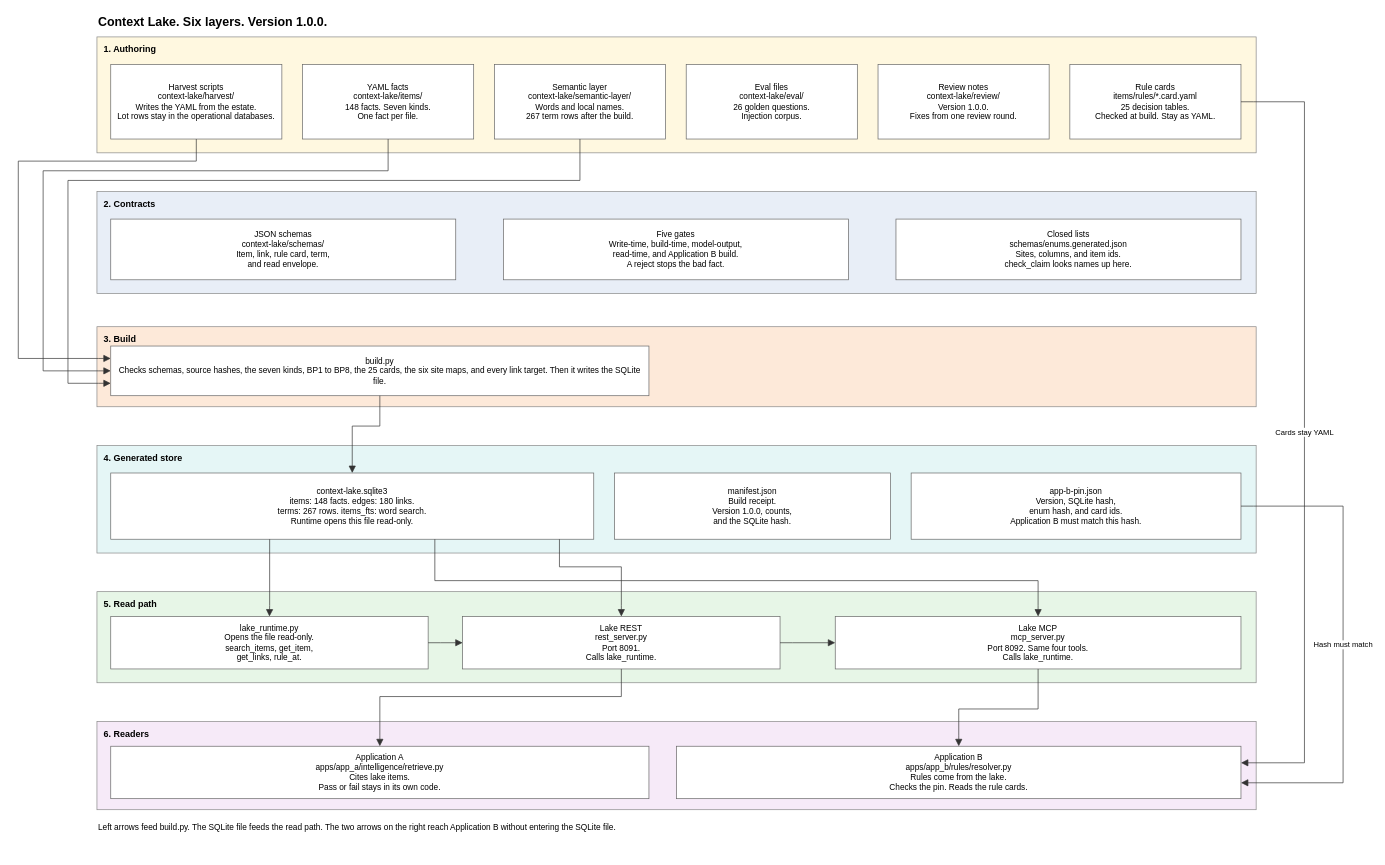
This is docs/10-architecture/context_lake_architecture.drawio from mumbrajkar-ul2/SPRINT4_CAPSTONE, a draw.io file, before an edit. Source tidied: cells renumbered, new cells numbered last; positions are measured from the earlier drawing's top-left corner, leaving out a move shared by most shapes. Both pictures are drawn from the tidied source at 69%, with x=0, y=0 at pixel (18, 12).
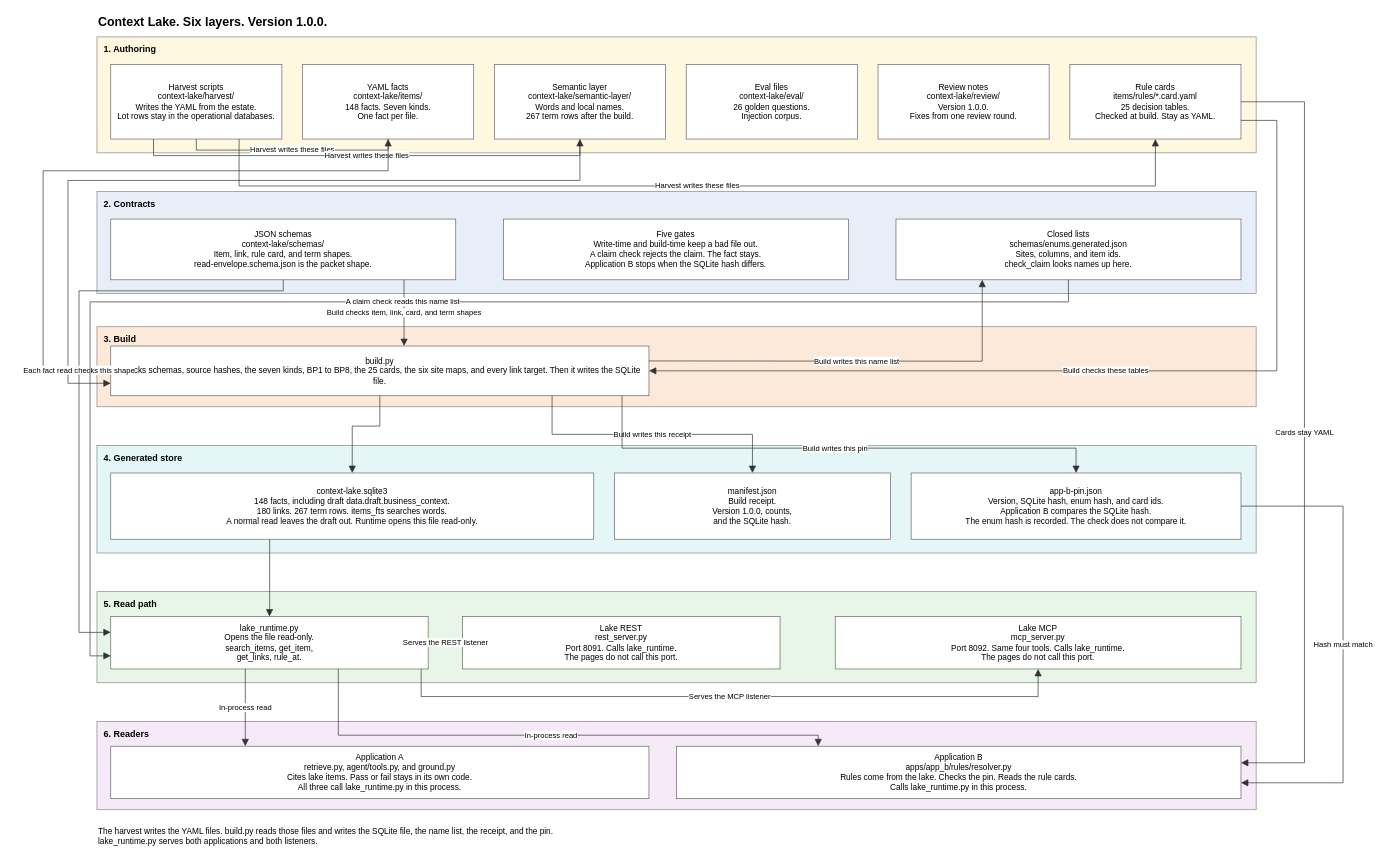
The same diagram, later.

Unchanged cells that the change refers to:
```xml
<mxCell id="9" value="Harvest scripts&#10;context-lake/harvest/&#10;Writes the YAML from the estate.&#10;Lot rows stay in the operational databases." style="rounded=0;whiteSpace=wrap;html=1;verticalAlign=middle;align=center;fontSize=12;fillColor=#FFFFFF;strokeColor=#666666;spacing=4;" parent="1" vertex="1">
  <mxGeometry x="134" y="76" width="248" height="108" as="geometry" />
</mxCell>
<mxCell id="10" value="YAML facts&#10;context-lake/items/&#10;148 facts. Seven kinds.&#10;One fact per file." style="rounded=0;whiteSpace=wrap;html=1;verticalAlign=middle;align=center;fontSize=12;fillColor=#FFFFFF;strokeColor=#666666;spacing=4;" parent="1" vertex="1">
  <mxGeometry x="412" y="76" width="248" height="108" as="geometry" />
</mxCell>
<mxCell id="11" value="Semantic layer&#10;context-lake/semantic-layer/&#10;Words and local names.&#10;267 term rows after the build." style="rounded=0;whiteSpace=wrap;html=1;verticalAlign=middle;align=center;fontSize=12;fillColor=#FFFFFF;strokeColor=#666666;spacing=4;" parent="1" vertex="1">
  <mxGeometry x="690" y="76" width="248" height="108" as="geometry" />
</mxCell>
<mxCell id="14" value="Rule cards&#10;items/rules/*.card.yaml&#10;25 decision tables.&#10;Checked at build. Stay as YAML." style="rounded=0;whiteSpace=wrap;html=1;verticalAlign=middle;align=center;fontSize=12;fillColor=#FFFFFF;strokeColor=#666666;spacing=4;" parent="1" vertex="1">
  <mxGeometry x="1524" y="76" width="248" height="108" as="geometry" />
</mxCell>
<mxCell id="17" value="Closed lists&#10;schemas/enums.generated.json&#10;Sites, columns, and item ids.&#10;check_claim looks names up here." style="rounded=0;whiteSpace=wrap;html=1;verticalAlign=middle;align=center;fontSize=12;fillColor=#FFFFFF;strokeColor=#666666;spacing=4;" parent="1" vertex="1">
  <mxGeometry x="1272" y="300" width="500" height="88" as="geometry" />
</mxCell>
<mxCell id="18" value="build.py&#10;Checks schemas, source hashes, the seven kinds, BP1 to BP8, the 25 cards, the six site maps, and every link target. Then it writes the SQLite file." style="rounded=0;whiteSpace=wrap;html=1;verticalAlign=middle;align=center;fontSize=12;fillColor=#FFFFFF;strokeColor=#666666;spacing=6;" parent="1" vertex="1">
  <mxGeometry x="134" y="484" width="780" height="72" as="geometry" />
</mxCell>
<mxCell id="20" value="manifest.json&#10;Build receipt.&#10;Version 1.0.0, counts,&#10;and the SQLite hash." style="rounded=0;whiteSpace=wrap;html=1;verticalAlign=middle;align=center;fontSize=12;fillColor=#FFFFFF;strokeColor=#666666;spacing=4;" parent="1" vertex="1">
  <mxGeometry x="864" y="668" width="400" height="96" as="geometry" />
</mxCell>
<mxCell id="22" value="lake_runtime.py&#10;Opens the file read-only.&#10;search_items, get_item,&#10;get_links, rule_at." style="rounded=0;whiteSpace=wrap;html=1;verticalAlign=middle;align=center;fontSize=12;fillColor=#FFFFFF;strokeColor=#666666;spacing=4;" parent="1" vertex="1">
  <mxGeometry x="134" y="876" width="460" height="76" as="geometry" />
</mxCell>
```

Change to the diagram source:
```diff
@@
-    <mxCell id="15" value="JSON schemas&#10;context-lake/schemas/&#10;Item, link, rule card, term,&#10;and read envelope." style="rounded=0;whiteSpace=wrap;html=1;verticalAlign=middle;align=center;fontSize=12;fillColor=#FFFFFF;strokeColor=#666666;spacing=4;" parent="1" vertex="1">
+    <mxCell id="15" value="JSON schemas&#10;context-lake/schemas/&#10;Item, link, rule card, and term shapes.&#10;read-envelope.schema.json is the packet shape." style="rounded=0;whiteSpace=wrap;html=1;verticalAlign=middle;align=center;fontSize=12;fillColor=#FFFFFF;strokeColor=#666666;spacing=4;" parent="1" vertex="1">
       <mxGeometry x="134" y="300" width="500" height="88" as="geometry" />
     </mxCell>
-    <mxCell id="16" value="Five gates&#10;Write-time, build-time, model-output,&#10;read-time, and Application B build.&#10;A reject stops the bad fact." style="rounded=0;whiteSpace=wrap;html=1;verticalAlign=middle;align=center;fontSize=12;fillColor=#FFFFFF;strokeColor=#666666;spacing=4;" parent="1" vertex="1">
+    <mxCell id="16" value="Five gates&#10;Write-time and build-time keep a bad file out.&#10;A claim check rejects the claim. The fact stays.&#10;Application B stops when the SQLite hash differs." style="rounded=0;whiteSpace=wrap;html=1;verticalAlign=middle;align=center;fontSize=12;fillColor=#FFFFFF;strokeColor=#666666;spacing=4;" parent="1" vertex="1">
       <mxGeometry x="703" y="300" width="500" height="88" as="geometry" />
     </mxCell>
@@
-    <mxCell id="19" value="context-lake.sqlite3&#10;items: 148 facts. edges: 180 links.&#10;terms: 267 rows. items_fts: word search.&#10;Runtime opens this file read-only." style="rounded=0;whiteSpace=wrap;html=1;verticalAlign=middle;align=center;fontSize=12;fillColor=#FFFFFF;strokeColor=#666666;spacing=4;" parent="1" vertex="1">
+    <mxCell id="19" value="context-lake.sqlite3&#10;148 facts, including draft data.draft.business_context.&#10;180 links. 267 term rows. items_fts searches words.&#10;A normal read leaves the draft out. Runtime opens this file read-only." style="rounded=0;whiteSpace=wrap;html=1;verticalAlign=middle;align=center;fontSize=12;fillColor=#FFFFFF;strokeColor=#666666;spacing=4;" parent="1" vertex="1">
       <mxGeometry x="134" y="668" width="700" height="96" as="geometry" />
     </mxCell>
@@
-    <mxCell id="21" value="app-b-pin.json&#10;Version, SQLite hash,&#10;enum hash, and card ids.&#10;Application B must match this hash." style="rounded=0;whiteSpace=wrap;html=1;verticalAlign=middle;align=center;fontSize=12;fillColor=#FFFFFF;strokeColor=#666666;spacing=4;" parent="1" vertex="1">
+    <mxCell id="21" value="app-b-pin.json&#10;Version, SQLite hash, enum hash, and card ids.&#10;Application B compares the SQLite hash.&#10;The enum hash is recorded. The check does not compare it." style="rounded=0;whiteSpace=wrap;html=1;verticalAlign=middle;align=center;fontSize=12;fillColor=#FFFFFF;strokeColor=#666666;spacing=4;" parent="1" vertex="1">
       <mxGeometry x="1294" y="668" width="478" height="96" as="geometry" />
     </mxCell>
@@
-    <mxCell id="23" value="Lake REST&#10;rest_server.py&#10;Port 8091.&#10;Calls lake_runtime." style="rounded=0;whiteSpace=wrap;html=1;verticalAlign=middle;align=center;fontSize=12;fillColor=#FFFFFF;strokeColor=#666666;spacing=4;" parent="1" vertex="1">
+    <mxCell id="23" value="Lake REST&#10;rest_server.py&#10;Port 8091. Calls lake_runtime.&#10;The pages do not call this port." style="rounded=0;whiteSpace=wrap;html=1;verticalAlign=middle;align=center;fontSize=12;fillColor=#FFFFFF;strokeColor=#666666;spacing=4;" parent="1" vertex="1">
       <mxGeometry x="644" y="876" width="460" height="76" as="geometry" />
     </mxCell>
-    <mxCell id="24" value="Lake MCP&#10;mcp_server.py&#10;Port 8092. Same four tools.&#10;Calls lake_runtime." style="rounded=0;whiteSpace=wrap;html=1;verticalAlign=middle;align=center;fontSize=12;fillColor=#FFFFFF;strokeColor=#666666;spacing=4;" parent="1" vertex="1">
+    <mxCell id="24" value="Lake MCP&#10;mcp_server.py&#10;Port 8092. Same four tools. Calls lake_runtime.&#10;The pages do not call this port." style="rounded=0;whiteSpace=wrap;html=1;verticalAlign=middle;align=center;fontSize=12;fillColor=#FFFFFF;strokeColor=#666666;spacing=4;" parent="1" vertex="1">
       <mxGeometry x="1184" y="876" width="588" height="76" as="geometry" />
     </mxCell>
-    <mxCell id="25" value="Application A&#10;apps/app_a/intelligence/retrieve.py&#10;Cites lake items.&#10;Pass or fail stays in its own code." style="rounded=0;whiteSpace=wrap;html=1;verticalAlign=middle;align=center;fontSize=12;fillColor=#FFFFFF;strokeColor=#666666;spacing=4;" parent="1" vertex="1">
+    <mxCell id="25" value="Application A&#10;retrieve.py, agent/tools.py, and ground.py&#10;Cites lake items. Pass or fail stays in its own code.&#10;All three call lake_runtime.py in this process." style="rounded=0;whiteSpace=wrap;html=1;verticalAlign=middle;align=center;fontSize=12;fillColor=#FFFFFF;strokeColor=#666666;spacing=4;" parent="1" vertex="1">
       <mxGeometry x="134" y="1064" width="780" height="76" as="geometry" />
     </mxCell>
-    <mxCell id="26" value="Application B&#10;apps/app_b/rules/resolver.py&#10;Rules come from the lake.&#10;Checks the pin. Reads the rule cards." style="rounded=0;whiteSpace=wrap;html=1;verticalAlign=middle;align=center;fontSize=12;fillColor=#FFFFFF;strokeColor=#666666;spacing=4;" parent="1" vertex="1">
+    <mxCell id="26" value="Application B&#10;apps/app_b/rules/resolver.py&#10;Rules come from the lake. Checks the pin. Reads the rule cards.&#10;Calls lake_runtime.py in this process." style="rounded=0;whiteSpace=wrap;html=1;verticalAlign=middle;align=center;fontSize=12;fillColor=#FFFFFF;strokeColor=#666666;spacing=4;" parent="1" vertex="1">
       <mxGeometry x="954" y="1064" width="818" height="76" as="geometry" />
     </mxCell>
-    <mxCell id="27" value="Left arrows feed build.py. The SQLite file feeds the read path. The two arrows on the right reach Application B without entering the SQLite file." style="text;html=1;strokeColor=none;fillColor=none;align=left;verticalAlign=middle;fontSize=12;" parent="1" vertex="1">
-      <mxGeometry x="114" y="1168" width="1600" height="28" as="geometry" />
+    <mxCell id="27" value="The harvest writes the YAML files. build.py reads those files and writes the SQLite file, the name list, the receipt, and the pin.&#10;lake_runtime.py serves both applications and both listeners." style="text;html=1;strokeColor=none;fillColor=none;align=left;verticalAlign=middle;fontSize=12;whiteSpace=wrap;" parent="1" vertex="1">
+      <mxGeometry x="114" y="1168" width="1680" height="52" as="geometry" />
     </mxCell>
-    <mxCell id="28" style="edgeStyle=orthogonalEdgeStyle;rounded=0;jettySize=0;html=1;endArrow=block;endFill=1;entryPerimeter=1;exitPerimeter=1;endSize=8;strokeColor=#333333;exitX=0.5;exitY=1;entryX=0;entryY=0.25;" parent="1" edge="1" source="9" target="18">
-      <mxGeometry relative="1" as="geometry">
-        <Array as="points">
-          <mxPoint x="258" y="216" />
-          <mxPoint y="216" />
-          <mxPoint y="502" />
-          <mxPoint x="116" y="502" />
-        </Array>
-      </mxGeometry>
-    </mxCell>
+    <mxCell id="41" value="Harvest writes these files" style="edgeStyle=orthogonalEdgeStyle;rounded=0;jettySize=0;html=1;endArrow=block;endFill=1;entryPerimeter=1;exitPerimeter=1;endSize=8;strokeColor=#333333;exitX=0.5;exitY=1;entryX=0.5;entryY=1;fontSize=11;" parent="1" edge="1" source="9" target="10">
+      <mxGeometry relative="1" as="geometry">
+        <Array as="points">
+          <mxPoint x="258" y="200" />
+          <mxPoint x="536" y="200" />
+        </Array>
+      </mxGeometry>
+    </mxCell>
+    <mxCell id="42" value="Harvest writes these files" style="edgeStyle=orthogonalEdgeStyle;rounded=0;jettySize=0;html=1;endArrow=block;endFill=1;entryPerimeter=1;exitPerimeter=1;endSize=8;strokeColor=#333333;exitX=0.25;exitY=1;entryX=0.5;entryY=1;fontSize=11;" parent="1" edge="1" source="9" target="11">
+      <mxGeometry relative="1" as="geometry">
+        <Array as="points">
+          <mxPoint x="196" y="208" />
+          <mxPoint x="814" y="208" />
+          <mxPoint x="814" y="200" />
+        </Array>
+      </mxGeometry>
+    </mxCell>
+    <mxCell id="43" value="Harvest writes these files" style="edgeStyle=orthogonalEdgeStyle;rounded=0;jettySize=0;html=1;endArrow=block;endFill=1;entryPerimeter=1;exitPerimeter=1;endSize=8;strokeColor=#333333;exitX=0.75;exitY=1;entryX=0.5;entryY=1;fontSize=11;" parent="1" edge="1" source="9" target="14">
+      <mxGeometry relative="1" as="geometry">
+        <Array as="points">
+          <mxPoint x="320" y="252" />
+          <mxPoint x="1648" y="252" />
+          <mxPoint x="1648" y="200" />
+        </Array>
+      </mxGeometry>
+    </mxCell>
+    <mxCell id="44" value="Build checks these tables" style="edgeStyle=orthogonalEdgeStyle;rounded=0;jettySize=0;html=1;endArrow=block;endFill=1;entryPerimeter=1;exitPerimeter=1;endSize=8;strokeColor=#333333;exitX=1;exitY=0.75;entryX=1;entryY=0.5;fontSize=11;" parent="1" edge="1" source="14" target="18">
+      <mxGeometry relative="1" as="geometry">
+        <Array as="points">
+          <mxPoint x="1790" y="157" />
+          <mxPoint x="1824" y="157" />
+          <mxPoint x="1824" y="520" />
+          <mxPoint x="932" y="520" />
+        </Array>
+      </mxGeometry>
+    </mxCell>
+    <mxCell id="45" value="Build checks item, link, card, and term shapes" style="edgeStyle=orthogonalEdgeStyle;rounded=0;jettySize=0;html=1;endArrow=block;endFill=1;entryPerimeter=1;exitPerimeter=1;endSize=8;strokeColor=#333333;exitX=0.85;exitY=1;entryX=0.545;entryY=0;fontSize=11;" parent="1" edge="1" source="15" target="18">
+      <mxGeometry relative="1" as="geometry">
+        <Array as="points">
+          <mxPoint x="559" y="404" />
+          <mxPoint x="559" y="468" />
+        </Array>
+      </mxGeometry>
+    </mxCell>
+    <mxCell id="46" value="Build writes this name list" style="edgeStyle=orthogonalEdgeStyle;rounded=0;jettySize=0;html=1;endArrow=block;endFill=1;entryPerimeter=1;exitPerimeter=1;endSize=8;strokeColor=#333333;exitX=1;exitY=0.3;entryX=0.25;entryY=1;fontSize=11;" parent="1" edge="1" source="18" target="17">
+      <mxGeometry relative="1" as="geometry">
+        <Array as="points">
+          <mxPoint x="932" y="506" />
+          <mxPoint x="1397" y="506" />
+          <mxPoint x="1397" y="404" />
+        </Array>
+      </mxGeometry>
+    </mxCell>
+    <mxCell id="47" value="Build writes this receipt" style="edgeStyle=orthogonalEdgeStyle;rounded=0;jettySize=0;html=1;endArrow=block;endFill=1;entryPerimeter=1;exitPerimeter=1;endSize=8;strokeColor=#333333;exitX=0.82;exitY=1;entryX=0.5;entryY=0;fontSize=11;" parent="1" edge="1" source="18" target="20">
+      <mxGeometry relative="1" as="geometry">
+        <Array as="points">
+          <mxPoint x="774" y="612" />
+          <mxPoint x="1064" y="612" />
+          <mxPoint x="1064" y="652" />
+        </Array>
+      </mxGeometry>
+    </mxCell>
+    <mxCell id="48" value="Build writes this pin" style="edgeStyle=orthogonalEdgeStyle;rounded=0;jettySize=0;html=1;endArrow=block;endFill=1;entryPerimeter=1;exitPerimeter=1;endSize=8;strokeColor=#333333;exitX=0.95;exitY=1;entryX=0.5;entryY=0;fontSize=11;" parent="1" edge="1" source="18" target="21">
+      <mxGeometry relative="1" as="geometry">
+        <Array as="points">
+          <mxPoint x="875" y="632" />
+          <mxPoint x="1533" y="632" />
+          <mxPoint x="1533" y="652" />
+        </Array>
+      </mxGeometry>
+    </mxCell>
@@
-    <mxCell id="33" style="edgeStyle=orthogonalEdgeStyle;rounded=0;jettySize=0;html=1;endArrow=block;endFill=1;entryPerimeter=1;exitPerimeter=1;endSize=8;strokeColor=#333333;exitX=0.929;exitY=1;entryX=0.5;entryY=0;" parent="1" edge="1" source="19" target="23">
-      <mxGeometry relative="1" as="geometry">
-        <Array as="points">
-          <mxPoint x="784" y="804" />
-          <mxPoint x="874" y="804" />
-          <mxPoint x="874" y="860" />
-        </Array>
-      </mxGeometry>
-    </mxCell>
-    <mxCell id="34" style="edgeStyle=orthogonalEdgeStyle;rounded=0;jettySize=0;html=1;endArrow=block;endFill=1;entryPerimeter=1;exitPerimeter=1;endSize=8;strokeColor=#333333;exitX=0.671;exitY=1;entryX=0.5;entryY=0;" parent="1" edge="1" source="19" target="24">
-      <mxGeometry relative="1" as="geometry">
-        <Array as="points">
-          <mxPoint x="604" y="824" />
-          <mxPoint x="1478" y="824" />
-          <mxPoint x="1478" y="860" />
-        </Array>
-      </mxGeometry>
-    </mxCell>
-    <mxCell id="35" style="edgeStyle=orthogonalEdgeStyle;rounded=0;jettySize=0;html=1;endArrow=block;endFill=1;entryPerimeter=1;exitPerimeter=1;endSize=8;strokeColor=#333333;exitX=1;exitY=0.5;entryX=0;entryY=0.5;" parent="1" edge="1" source="22" target="23">
+    <mxCell id="35" value="Serves the REST listener" style="edgeStyle=orthogonalEdgeStyle;rounded=0;jettySize=0;html=1;endArrow=block;endFill=1;entryPerimeter=1;exitPerimeter=1;endSize=8;strokeColor=#333333;exitX=1;exitY=0.5;entryX=0;entryY=0.5;fontSize=11;" parent="1" edge="1" source="22" target="23">
       <mxGeometry relative="1" as="geometry">
         <Array as="points">
           <mxPoint x="612" y="914" />
           <mxPoint x="626" y="914" />
         </Array>
       </mxGeometry>
     </mxCell>
-    <mxCell id="36" style="edgeStyle=orthogonalEdgeStyle;rounded=0;jettySize=0;html=1;endArrow=block;endFill=1;entryPerimeter=1;exitPerimeter=1;endSize=8;strokeColor=#333333;exitX=1;exitY=0.5;entryX=0;entryY=0.5;" parent="1" edge="1" source="23" target="24">
-      <mxGeometry relative="1" as="geometry">
-        <Array as="points">
-          <mxPoint x="1122" y="914" />
-          <mxPoint x="1166" y="914" />
-        </Array>
-      </mxGeometry>
-    </mxCell>
-    <mxCell id="37" style="edgeStyle=orthogonalEdgeStyle;rounded=0;jettySize=0;html=1;endArrow=block;endFill=1;entryPerimeter=1;exitPerimeter=1;endSize=8;strokeColor=#333333;exitX=0.5;exitY=1;entryX=0.5;entryY=0;" parent="1" edge="1" source="23" target="25">
-      <mxGeometry relative="1" as="geometry">
-        <Array as="points">
-          <mxPoint x="874" y="992" />
-          <mxPoint x="524" y="992" />
-          <mxPoint x="524" y="1048" />
-        </Array>
-      </mxGeometry>
-    </mxCell>
-    <mxCell id="38" style="edgeStyle=orthogonalEdgeStyle;rounded=0;jettySize=0;html=1;endArrow=block;endFill=1;entryPerimeter=1;exitPerimeter=1;endSize=8;strokeColor=#333333;exitX=0.5;exitY=1;entryX=0.5;entryY=0;" parent="1" edge="1" source="24" target="26">
-      <mxGeometry relative="1" as="geometry">
-        <Array as="points">
-          <mxPoint x="1478" y="1010" />
-          <mxPoint x="1363" y="1010" />
-          <mxPoint x="1363" y="1048" />
-        </Array>
-      </mxGeometry>
-    </mxCell>
+    <mxCell id="49" value="Each fact read checks this shape" style="edgeStyle=orthogonalEdgeStyle;rounded=0;jettySize=0;html=1;endArrow=block;endFill=1;entryPerimeter=1;exitPerimeter=1;endSize=8;strokeColor=#333333;exitX=0.5;exitY=1;entryX=0;entryY=0.3;fontSize=11;" parent="1" edge="1" source="15" target="22">
+      <mxGeometry relative="1" as="geometry">
+        <Array as="points">
+          <mxPoint x="384" y="404" />
+          <mxPoint x="88" y="404" />
+          <mxPoint x="88" y="899" />
+          <mxPoint x="116" y="899" />
+        </Array>
+      </mxGeometry>
+    </mxCell>
+    <mxCell id="50" value="A claim check reads this name list" style="edgeStyle=orthogonalEdgeStyle;rounded=0;jettySize=0;html=1;endArrow=block;endFill=1;entryPerimeter=1;exitPerimeter=1;endSize=8;strokeColor=#333333;exitX=0.5;exitY=1;entryX=0;entryY=0.75;fontSize=11;" parent="1" edge="1" source="17" target="22">
+      <mxGeometry relative="1" as="geometry">
+        <Array as="points">
+          <mxPoint x="1522" y="420" />
+          <mxPoint x="104" y="420" />
+          <mxPoint x="104" y="933" />
+          <mxPoint x="116" y="933" />
+        </Array>
+      </mxGeometry>
+    </mxCell>
+    <mxCell id="51" value="In-process read" style="edgeStyle=orthogonalEdgeStyle;rounded=0;jettySize=0;html=1;endArrow=block;endFill=1;entryPerimeter=1;exitPerimeter=1;endSize=8;strokeColor=#333333;exitX=0.424;exitY=1;entryX=0.25;entryY=0;fontSize=11;" parent="1" edge="1" source="22" target="25">
+      <mxGeometry relative="1" as="geometry">
+        <Array as="points">
+          <mxPoint x="329" y="1048" />
+        </Array>
+      </mxGeometry>
+    </mxCell>
+    <mxCell id="52" value="In-process read" style="edgeStyle=orthogonalEdgeStyle;rounded=0;jettySize=0;html=1;endArrow=block;endFill=1;entryPerimeter=1;exitPerimeter=1;endSize=8;strokeColor=#333333;exitX=0.717;exitY=1;entryX=0.251;entryY=0;fontSize=11;" parent="1" edge="1" source="22" target="26">
+      <mxGeometry relative="1" as="geometry">
+        <Array as="points">
+          <mxPoint x="464" y="1048" />
+          <mxPoint x="1159" y="1048" />
+        </Array>
+      </mxGeometry>
+    </mxCell>
+    <mxCell id="53" value="Serves the MCP listener" style="edgeStyle=orthogonalEdgeStyle;rounded=0;jettySize=0;html=1;endArrow=block;endFill=1;entryPerimeter=1;exitPerimeter=1;endSize=8;strokeColor=#333333;exitX=0.978;exitY=1;entryX=0.5;entryY=1;fontSize=11;" parent="1" edge="1" source="22" target="24">
+      <mxGeometry relative="1" as="geometry">
+        <Array as="points">
+          <mxPoint x="584" y="992" />
+          <mxPoint x="1478" y="992" />
+          <mxPoint x="1478" y="968" />
+        </Array>
+      </mxGeometry>
+    </mxCell>
```
